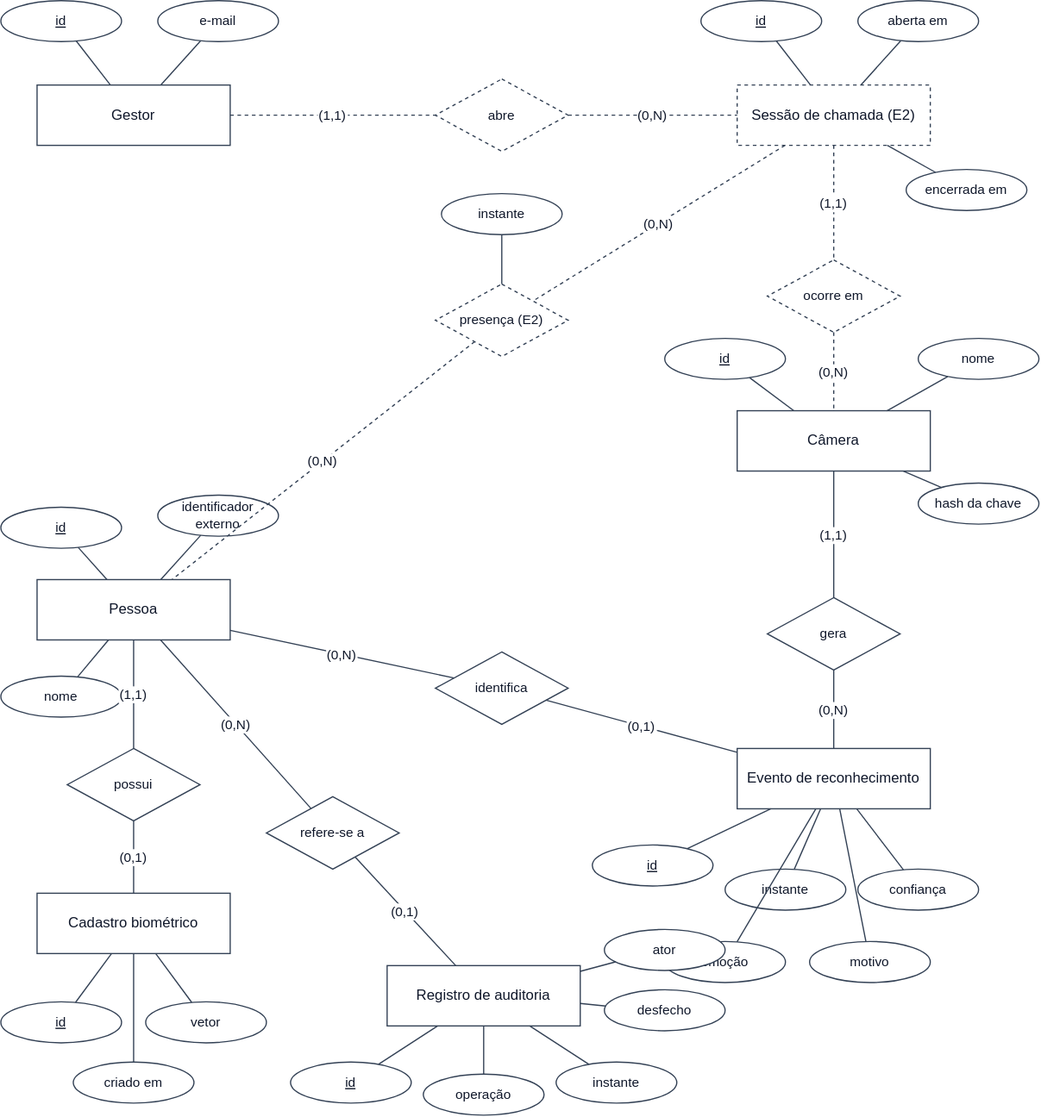
Earlier version of the draw.io export docs/data-model/diagrams/conceptual.drawio.svg (Vultra-Facial-Attendence/vultra). Source tidied: cells renumbered, new cells last; positions are measured from the earlier drawing's top-left corner, leaving out a move shared by most shapes.
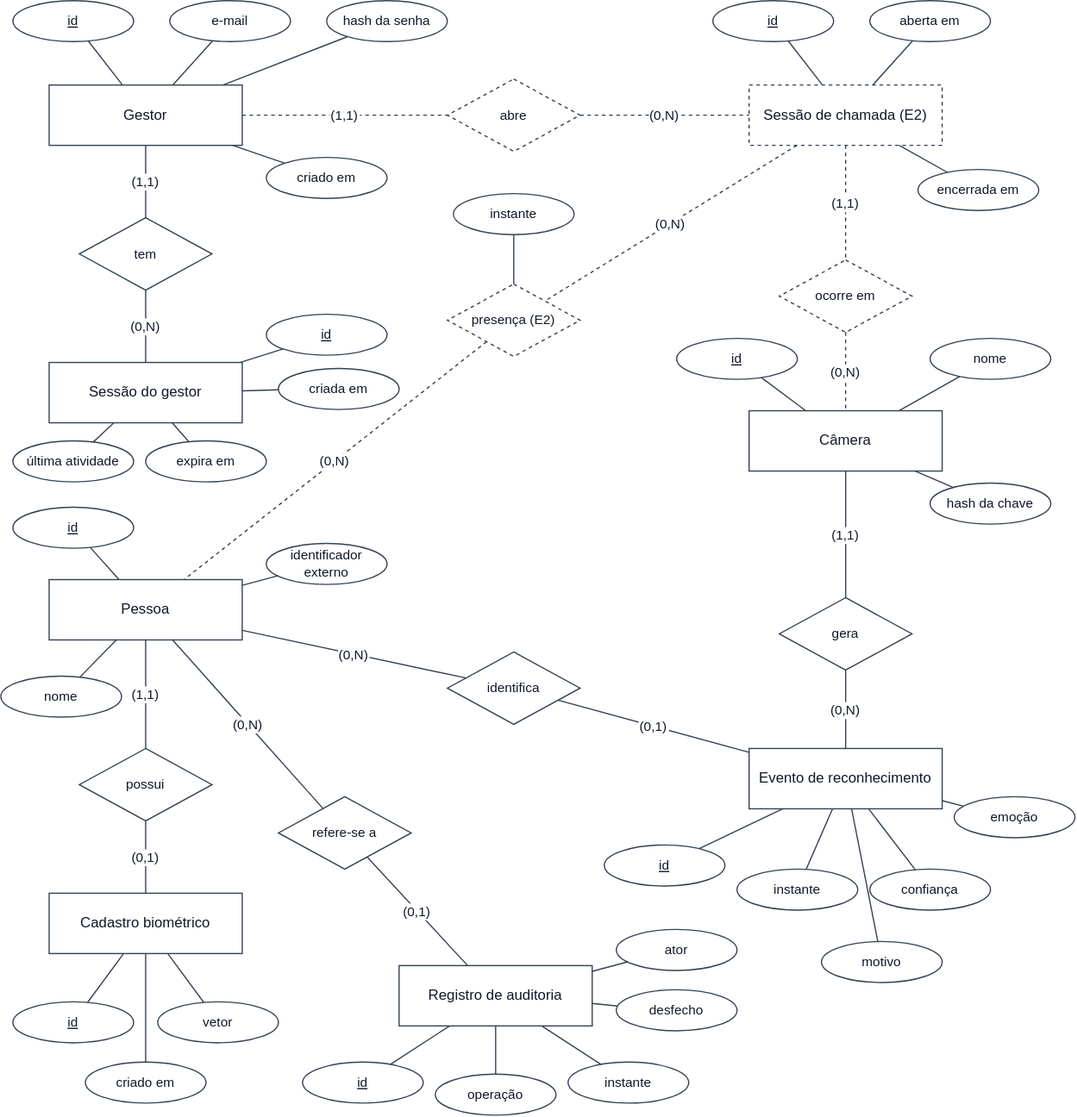
After the change.

The edit, as a diff of the source:
```diff
@@ -87,13 +87,13 @@
       <mxGeometry relative="1" as="geometry" />
     </mxCell>
     <mxCell id="30" value="identificador externo" style="ellipse;whiteSpace=wrap;html=0;fillColor=#ffffff;strokeColor=#334155;fontColor=#0f172a;fontSize=12;fontSize=11;" parent="1" vertex="1">
-      <mxGeometry x="130" y="410" width="100" height="34" as="geometry" />
+      <mxGeometry x="210" y="450" width="100" height="34" as="geometry" />
     </mxCell>
     <mxCell id="31" style="html=0;endArrow=none;strokeColor=#334155;fontColor=#0f172a;fontSize=11;labelBackgroundColor=#ffffff;" parent="1" edge="1" source="30" target="27">
       <mxGeometry relative="1" as="geometry" />
     </mxCell>
     <mxCell id="32" value="nome" style="ellipse;whiteSpace=wrap;html=0;fillColor=#ffffff;strokeColor=#334155;fontColor=#0f172a;fontSize=12;fontSize=11;" parent="1" vertex="1">
-      <mxGeometry y="560" width="100" height="34" as="geometry" />
+      <mxGeometry x="-10" y="560" width="100" height="34" as="geometry" />
     </mxCell>
     <mxCell id="33" style="html=0;endArrow=none;strokeColor=#334155;fontColor=#0f172a;fontSize=11;labelBackgroundColor=#ffffff;" parent="1" edge="1" source="32" target="27">
       <mxGeometry relative="1" as="geometry" />
@@ -135,7 +135,7 @@
       <mxGeometry relative="1" as="geometry" />
     </mxCell>
     <mxCell id="46" value="emoção" style="ellipse;whiteSpace=wrap;html=0;fillColor=#ffffff;strokeColor=#334155;fontColor=#0f172a;fontSize=12;fontSize=11;" parent="1" vertex="1">
-      <mxGeometry x="550" y="780" width="100" height="34" as="geometry" />
+      <mxGeometry x="780" y="660" width="100" height="34" as="geometry" />
     </mxCell>
     <mxCell id="47" style="html=0;endArrow=none;strokeColor=#334155;fontColor=#0f172a;fontSize=11;labelBackgroundColor=#ffffff;" parent="1" edge="1" source="46" target="39">
       <mxGeometry relative="1" as="geometry" />
@@ -236,5 +236,53 @@
     <mxCell id="79" value="(0,1)" style="html=0;endArrow=none;strokeColor=#334155;fontColor=#0f172a;fontSize=11;labelBackgroundColor=#ffffff;" parent="1" edge="1" source="77" target="66">
       <mxGeometry relative="1" as="geometry" />
     </mxCell>
+    <mxCell id="80" value="hash da senha" style="ellipse;whiteSpace=wrap;html=0;fillColor=#ffffff;strokeColor=#334155;fontColor=#0f172a;fontSize=12;fontSize=11;" parent="1" vertex="1">
+      <mxGeometry x="260" width="100" height="34" as="geometry" />
+    </mxCell>
+    <mxCell id="81" style="html=0;endArrow=none;strokeColor=#334155;fontColor=#0f172a;fontSize=11;labelBackgroundColor=#ffffff;" parent="1" edge="1" source="80" target="2">
+      <mxGeometry relative="1" as="geometry" />
+    </mxCell>
+    <mxCell id="82" value="criado em" style="ellipse;whiteSpace=wrap;html=0;fillColor=#ffffff;strokeColor=#334155;fontColor=#0f172a;fontSize=12;fontSize=11;" parent="1" vertex="1">
+      <mxGeometry x="210" y="130" width="100" height="34" as="geometry" />
+    </mxCell>
+    <mxCell id="83" style="html=0;endArrow=none;strokeColor=#334155;fontColor=#0f172a;fontSize=11;labelBackgroundColor=#ffffff;" parent="1" edge="1" source="82" target="2">
+      <mxGeometry relative="1" as="geometry" />
+    </mxCell>
+    <mxCell id="84" value="tem" style="rhombus;whiteSpace=wrap;html=0;fillColor=#ffffff;strokeColor=#334155;fontColor=#0f172a;fontSize=12;fontSize=11;" parent="1" vertex="1">
+      <mxGeometry x="55" y="180" width="110" height="60" as="geometry" />
+    </mxCell>
+    <mxCell id="85" value="(1,1)" style="html=0;endArrow=none;strokeColor=#334155;fontColor=#0f172a;fontSize=11;labelBackgroundColor=#ffffff;" parent="1" edge="1" source="2" target="84">
+      <mxGeometry relative="1" as="geometry" />
+    </mxCell>
+    <mxCell id="86" value="Sessão do gestor" style="rounded=0;whiteSpace=wrap;html=0;fillColor=#ffffff;strokeColor=#334155;fontColor=#0f172a;fontSize=12;" parent="1" vertex="1">
+      <mxGeometry x="30" y="300" width="160" height="50" as="geometry" />
+    </mxCell>
+    <mxCell id="87" value="(0,N)" style="html=0;endArrow=none;strokeColor=#334155;fontColor=#0f172a;fontSize=11;labelBackgroundColor=#ffffff;" parent="1" edge="1" source="84" target="86">
+      <mxGeometry relative="1" as="geometry" />
+    </mxCell>
+    <mxCell id="88" value="id" style="ellipse;whiteSpace=wrap;html=0;fillColor=#ffffff;strokeColor=#334155;fontColor=#0f172a;fontSize=12;fontSize=11;fontStyle=4;" parent="1" vertex="1">
+      <mxGeometry x="210" y="260" width="100" height="34" as="geometry" />
+    </mxCell>
+    <mxCell id="89" style="html=0;endArrow=none;strokeColor=#334155;fontColor=#0f172a;fontSize=11;labelBackgroundColor=#ffffff;" parent="1" edge="1" source="88" target="86">
+      <mxGeometry relative="1" as="geometry" />
+    </mxCell>
+    <mxCell id="90" value="criada em" style="ellipse;whiteSpace=wrap;html=0;fillColor=#ffffff;strokeColor=#334155;fontColor=#0f172a;fontSize=12;fontSize=11;" parent="1" vertex="1">
+      <mxGeometry x="220" y="305" width="100" height="34" as="geometry" />
+    </mxCell>
+    <mxCell id="91" style="html=0;endArrow=none;strokeColor=#334155;fontColor=#0f172a;fontSize=11;labelBackgroundColor=#ffffff;" parent="1" edge="1" source="90" target="86">
+      <mxGeometry relative="1" as="geometry" />
+    </mxCell>
+    <mxCell id="92" value="expira em" style="ellipse;whiteSpace=wrap;html=0;fillColor=#ffffff;strokeColor=#334155;fontColor=#0f172a;fontSize=12;fontSize=11;" parent="1" vertex="1">
+      <mxGeometry x="110" y="365" width="100" height="34" as="geometry" />
+    </mxCell>
+    <mxCell id="93" style="html=0;endArrow=none;strokeColor=#334155;fontColor=#0f172a;fontSize=11;labelBackgroundColor=#ffffff;" parent="1" edge="1" source="92" target="86">
+      <mxGeometry relative="1" as="geometry" />
+    </mxCell>
+    <mxCell id="94" value="última atividade" style="ellipse;whiteSpace=wrap;html=0;fillColor=#ffffff;strokeColor=#334155;fontColor=#0f172a;fontSize=12;fontSize=11;" parent="1" vertex="1">
+      <mxGeometry y="365" width="100" height="34" as="geometry" />
+    </mxCell>
+    <mxCell id="95" style="html=0;endArrow=none;strokeColor=#334155;fontColor=#0f172a;fontSize=11;labelBackgroundColor=#ffffff;" parent="1" edge="1" source="94" target="86">
+      <mxGeometry relative="1" as="geometry" />
+    </mxCell>
   </root>
 </mxGraphModel>
```
